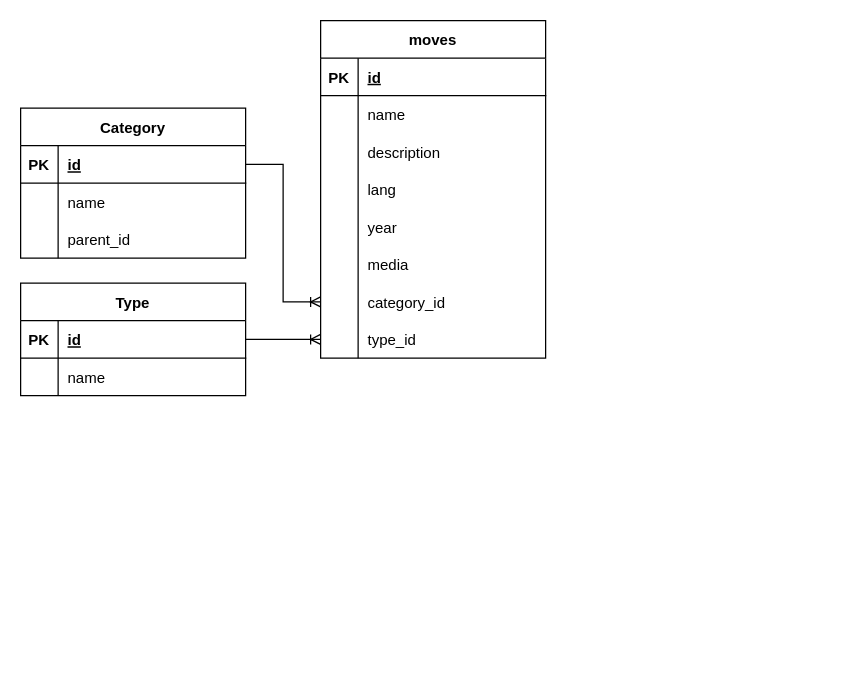
Before: aflam.drawio in andrew-atef/andrew-atef, a draw.io diagram. Source tidied: cells renumbered, new cells numbered last; positions are measured from the earlier drawing's top-left corner, leaving out a move shared by most shapes. Both pictures are drawn from the tidied source at 125%, with x=0, y=0 at pixel (20, 20).
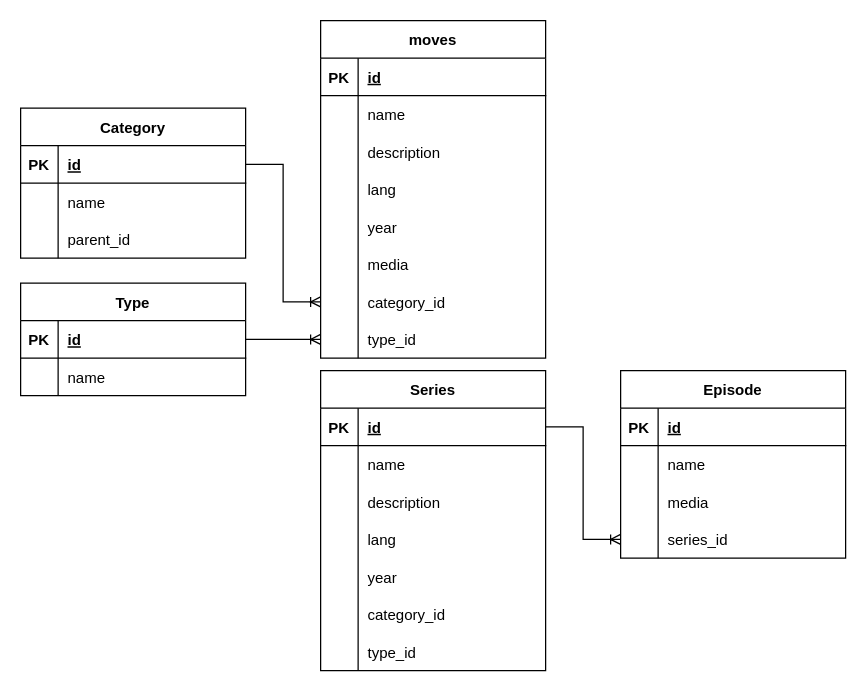
The same page after the edit.

Change to the diagram source:
```diff
@@
+    <mxCell id="46" value="Series" style="shape=table;startSize=30;childLayout=tableLayout;rowLines=0;fontStyle=1;align=center;" parent="1" vertex="1">
+      <mxGeometry x="240" y="280" width="180" height="240" as="geometry" />
+    </mxCell>
+    <mxCell id="47" style="shape=tableRow;horizontal=0;startSize=0;swimlaneHead=0;swimlaneBody=0;fillColor=none;points=[[0,0.5],[1,0.5]];portConstraint=eastwest;top=0;left=0;right=0;bottom=1;" parent="46" vertex="1">
+      <mxGeometry y="30" width="180" height="30" as="geometry" />
+    </mxCell>
+    <mxCell id="48" value="PK" style="shape=partialRectangle;fillColor=none;top=0;left=0;bottom=0;right=0;fontStyle=1;overflow=hidden;" parent="47" vertex="1">
+      <mxGeometry width="30" height="30" as="geometry" />
+    </mxCell>
+    <mxCell id="49" value="id" style="shape=partialRectangle;fillColor=none;top=0;left=0;bottom=0;right=0;align=left;spacingLeft=6;fontStyle=5;overflow=hidden;" parent="47" vertex="1">
+      <mxGeometry x="30" width="150" height="30" as="geometry" />
+    </mxCell>
+    <mxCell id="50" style="shape=tableRow;horizontal=0;startSize=0;swimlaneHead=0;swimlaneBody=0;fillColor=none;top=0;left=0;right=0;bottom=0;" parent="46" vertex="1">
+      <mxGeometry y="60" width="180" height="30" as="geometry" />
+    </mxCell>
+    <mxCell id="51" style="shape=partialRectangle;fillColor=none;top=0;left=0;bottom=0;right=0;overflow=hidden;" parent="50" vertex="1">
+      <mxGeometry width="30" height="30" as="geometry" />
+    </mxCell>
+    <mxCell id="52" value="name" style="shape=partialRectangle;fillColor=none;top=0;left=0;bottom=0;right=0;align=left;spacingLeft=6;overflow=hidden;" parent="50" vertex="1">
+      <mxGeometry x="30" width="150" height="30" as="geometry" />
+    </mxCell>
+    <mxCell id="53" style="shape=tableRow;horizontal=0;startSize=0;swimlaneHead=0;swimlaneBody=0;fillColor=none;top=0;left=0;right=0;bottom=0;" parent="46" vertex="1">
+      <mxGeometry y="90" width="180" height="30" as="geometry" />
+    </mxCell>
+    <mxCell id="54" style="shape=partialRectangle;fillColor=none;top=0;left=0;bottom=0;right=0;overflow=hidden;" parent="53" vertex="1">
+      <mxGeometry width="30" height="30" as="geometry" />
+    </mxCell>
+    <mxCell id="55" value="description" style="shape=partialRectangle;fillColor=none;top=0;left=0;bottom=0;right=0;align=left;spacingLeft=6;overflow=hidden;" parent="53" vertex="1">
+      <mxGeometry x="30" width="150" height="30" as="geometry" />
+    </mxCell>
+    <mxCell id="56" style="shape=tableRow;horizontal=0;startSize=0;swimlaneHead=0;swimlaneBody=0;fillColor=none;top=0;left=0;right=0;bottom=0;" parent="46" vertex="1">
+      <mxGeometry y="120" width="180" height="30" as="geometry" />
+    </mxCell>
+    <mxCell id="57" style="shape=partialRectangle;fillColor=none;top=0;left=0;bottom=0;right=0;overflow=hidden;" parent="56" vertex="1">
+      <mxGeometry width="30" height="30" as="geometry" />
+    </mxCell>
+    <mxCell id="58" value="lang" style="shape=partialRectangle;fillColor=none;top=0;left=0;bottom=0;right=0;align=left;spacingLeft=6;overflow=hidden;" parent="56" vertex="1">
+      <mxGeometry x="30" width="150" height="30" as="geometry" />
+    </mxCell>
+    <mxCell id="59" style="shape=tableRow;horizontal=0;startSize=0;swimlaneHead=0;swimlaneBody=0;fillColor=none;top=0;left=0;right=0;bottom=0;" parent="46" vertex="1">
+      <mxGeometry y="150" width="180" height="30" as="geometry" />
+    </mxCell>
+    <mxCell id="60" style="shape=partialRectangle;fillColor=none;top=0;left=0;bottom=0;right=0;overflow=hidden;" parent="59" vertex="1">
+      <mxGeometry width="30" height="30" as="geometry" />
+    </mxCell>
+    <mxCell id="61" value="year" style="shape=partialRectangle;fillColor=none;top=0;left=0;bottom=0;right=0;align=left;spacingLeft=6;overflow=hidden;" parent="59" vertex="1">
+      <mxGeometry x="30" width="150" height="30" as="geometry" />
+    </mxCell>
+    <mxCell id="62" style="shape=tableRow;horizontal=0;startSize=0;swimlaneHead=0;swimlaneBody=0;fillColor=none;top=0;left=0;right=0;bottom=0;" parent="46" vertex="1">
+      <mxGeometry y="180" width="180" height="30" as="geometry" />
+    </mxCell>
+    <mxCell id="63" style="shape=partialRectangle;fillColor=none;top=0;left=0;bottom=0;right=0;overflow=hidden;" parent="62" vertex="1">
+      <mxGeometry width="30" height="30" as="geometry" />
+    </mxCell>
+    <mxCell id="64" value="category_id" style="shape=partialRectangle;fillColor=none;top=0;left=0;bottom=0;right=0;align=left;spacingLeft=6;overflow=hidden;" parent="62" vertex="1">
+      <mxGeometry x="30" width="150" height="30" as="geometry" />
+    </mxCell>
+    <mxCell id="65" style="shape=tableRow;horizontal=0;startSize=0;swimlaneHead=0;swimlaneBody=0;fillColor=none;top=0;left=0;right=0;bottom=0;" parent="46" vertex="1">
+      <mxGeometry y="210" width="180" height="30" as="geometry" />
+    </mxCell>
+    <mxCell id="66" style="shape=partialRectangle;fillColor=none;top=0;left=0;bottom=0;right=0;overflow=hidden;" parent="65" vertex="1">
+      <mxGeometry width="30" height="30" as="geometry" />
+    </mxCell>
+    <mxCell id="67" value="type_id" style="shape=partialRectangle;fillColor=none;top=0;left=0;bottom=0;right=0;align=left;spacingLeft=6;overflow=hidden;" parent="65" vertex="1">
+      <mxGeometry x="30" width="150" height="30" as="geometry" />
+    </mxCell>
+    <mxCell id="68" value="Episode" style="shape=table;startSize=30;childLayout=tableLayout;rowLines=0;fontStyle=1;align=center;" parent="1" vertex="1">
+      <mxGeometry x="480" y="280" width="180" height="150" as="geometry" />
+    </mxCell>
+    <mxCell id="69" style="shape=tableRow;horizontal=0;startSize=0;swimlaneHead=0;swimlaneBody=0;fillColor=none;top=0;left=0;right=0;bottom=1;" parent="68" vertex="1">
+      <mxGeometry y="30" width="180" height="30" as="geometry" />
+    </mxCell>
+    <mxCell id="70" value="PK" style="shape=partialRectangle;fillColor=none;top=0;left=0;bottom=0;right=0;fontStyle=1;overflow=hidden;" parent="69" vertex="1">
+      <mxGeometry width="30" height="30" as="geometry" />
+    </mxCell>
+    <mxCell id="71" value="id" style="shape=partialRectangle;fillColor=none;top=0;left=0;bottom=0;right=0;align=left;spacingLeft=6;fontStyle=5;overflow=hidden;" parent="69" vertex="1">
+      <mxGeometry x="30" width="150" height="30" as="geometry" />
+    </mxCell>
+    <mxCell id="72" style="shape=tableRow;horizontal=0;startSize=0;swimlaneHead=0;swimlaneBody=0;fillColor=none;top=0;left=0;right=0;bottom=0;" parent="68" vertex="1">
+      <mxGeometry y="60" width="180" height="30" as="geometry" />
+    </mxCell>
+    <mxCell id="73" style="shape=partialRectangle;fillColor=none;top=0;left=0;bottom=0;right=0;overflow=hidden;" parent="72" vertex="1">
+      <mxGeometry width="30" height="30" as="geometry" />
+    </mxCell>
+    <mxCell id="74" value="name" style="shape=partialRectangle;fillColor=none;top=0;left=0;bottom=0;right=0;align=left;spacingLeft=6;overflow=hidden;" parent="72" vertex="1">
+      <mxGeometry x="30" width="150" height="30" as="geometry" />
+    </mxCell>
+    <mxCell id="75" style="shape=tableRow;horizontal=0;startSize=0;swimlaneHead=0;swimlaneBody=0;fillColor=none;top=0;left=0;right=0;bottom=0;" parent="68" vertex="1">
+      <mxGeometry y="90" width="180" height="30" as="geometry" />
+    </mxCell>
+    <mxCell id="76" style="shape=partialRectangle;fillColor=none;top=0;left=0;bottom=0;right=0;overflow=hidden;" parent="75" vertex="1">
+      <mxGeometry width="30" height="30" as="geometry" />
+    </mxCell>
+    <mxCell id="77" value="media" style="shape=partialRectangle;fillColor=none;top=0;left=0;bottom=0;right=0;align=left;spacingLeft=6;overflow=hidden;" parent="75" vertex="1">
+      <mxGeometry x="30" width="150" height="30" as="geometry" />
+    </mxCell>
+    <mxCell id="78" style="shape=tableRow;horizontal=0;startSize=0;swimlaneHead=0;swimlaneBody=0;fillColor=none;points=[[0,0.5],[1,0.5]];portConstraint=eastwest;top=0;left=0;right=0;bottom=0;" parent="68" vertex="1">
+      <mxGeometry y="120" width="180" height="30" as="geometry" />
+    </mxCell>
+    <mxCell id="79" style="shape=partialRectangle;fillColor=none;top=0;left=0;bottom=0;right=0;overflow=hidden;" parent="78" vertex="1">
+      <mxGeometry width="30" height="30" as="geometry" />
+    </mxCell>
+    <mxCell id="80" value="series_id" style="shape=partialRectangle;fillColor=none;top=0;left=0;bottom=0;right=0;align=left;spacingLeft=6;overflow=hidden;" parent="78" vertex="1">
+      <mxGeometry x="30" width="150" height="30" as="geometry" />
+    </mxCell>
+    <mxCell id="81" style="edgeStyle=entityRelationEdgeStyle;fontSize=12;html=1;endArrow=ERoneToMany;rounded=0;exitX=1;exitY=0.5;exitDx=0;exitDy=0;" parent="1" edge="1" source="47" target="78">
+      <mxGeometry relative="1" as="geometry" />
+    </mxCell>
```
